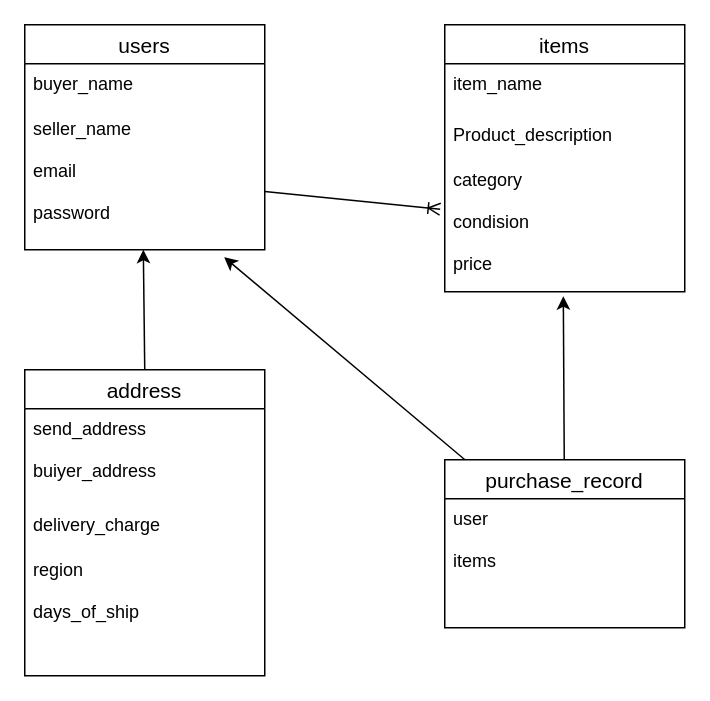
Above: DB.dio in Matsu1209/furima-39596 (draw.io), before the change. Source tidied: cells renumbered, new cells numbered last; positions are measured from the earlier drawing's top-left corner, leaving out a move shared by most shapes. Both pictures are drawn from the tidied source at 150%, with x=0, y=0 at pixel (24, 24).
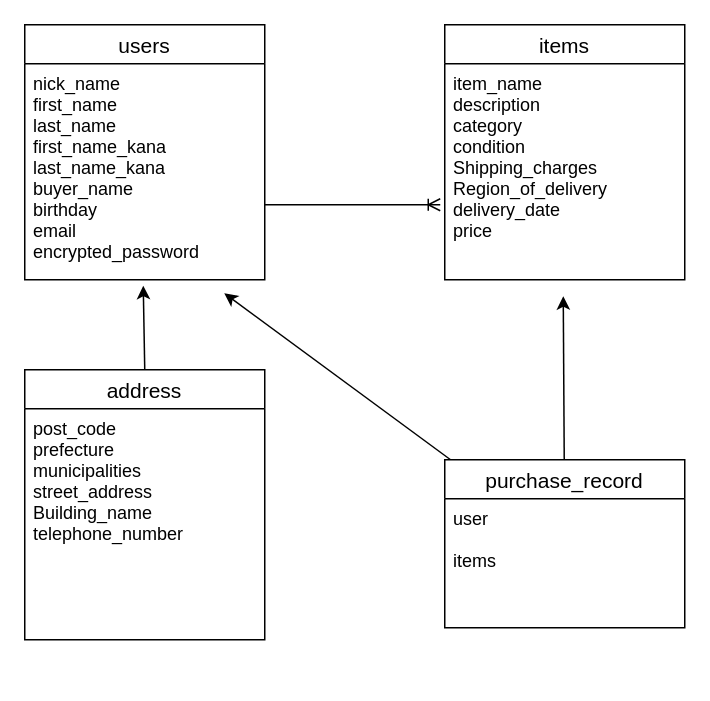
The same diagram, later.

The edit, as a diff of the source:
```diff
@@
 <mxGraphModel>
   <root>
     <mxCell id="0" />
     <mxCell id="1" parent="0" />
     <mxCell id="2" value="users" style="swimlane;fontStyle=0;horizontal=1;startSize=26;align=center;fontSize=14;" parent="1" vertex="1">
-      <mxGeometry width="160" height="150" as="geometry" />
+      <mxGeometry width="160" height="170" as="geometry" />
     </mxCell>
-    <mxCell id="3" value="buyer_name" style="text;strokeColor=none;fillColor=none;spacingLeft=4;spacingRight=4;overflow=hidden;points=[[0,0.5],[1,0.5]];portConstraint=eastwest;fontSize=12;" parent="2" vertex="1">
-      <mxGeometry y="26" width="160" height="30" as="geometry" />
+    <mxCell id="3" value="nick_name&#10;first_name&#10;last_name&#10;first_name_kana&#10;last_name_kana&#10;buyer_name&#10;birthday&#10;email&#10;encrypted_password" style="text;strokeColor=none;fillColor=none;spacingLeft=4;spacingRight=4;overflow=hidden;points=[[0,0.5],[1,0.5]];portConstraint=eastwest;fontSize=12;" parent="2" vertex="1">
+      <mxGeometry y="26" width="160" height="144" as="geometry" />
     </mxCell>
-    <mxCell id="4" value="seller_name&#10;&#10;email&#10;&#10;password" style="text;strokeColor=none;fillColor=none;spacingLeft=4;spacingRight=4;overflow=hidden;points=[[0,0.5],[1,0.5]];portConstraint=eastwest;fontSize=12;" parent="2" vertex="1">
-      <mxGeometry y="56" width="160" height="94" as="geometry" />
-    </mxCell>
     <mxCell id="5" value="items" style="swimlane;fontStyle=0;horizontal=1;startSize=26;align=center;fontSize=14;" parent="1" vertex="1">
-      <mxGeometry x="280" width="160" height="178" as="geometry" />
+      <mxGeometry x="280" width="160" height="170" as="geometry" />
     </mxCell>
-    <mxCell id="6" value="item_name" style="text;strokeColor=none;fillColor=none;spacingLeft=4;spacingRight=4;overflow=hidden;fontSize=12;" parent="5" vertex="1">
-      <mxGeometry y="26" width="160" height="34" as="geometry" />
+    <mxCell id="6" value="item_name&#10;description&#10;category&#10;condition&#10;Shipping_charges&#10;Region_of_delivery&#10;delivery_date&#10;price" style="text;strokeColor=none;fillColor=none;spacingLeft=4;spacingRight=4;overflow=hidden;fontSize=12;" parent="5" vertex="1">
+      <mxGeometry y="26" width="160" height="144" as="geometry" />
     </mxCell>
-    <mxCell id="7" value="Product_description" style="text;strokeColor=none;fillColor=none;spacingLeft=4;spacingRight=4;overflow=hidden;fontSize=12;" parent="5" vertex="1">
-      <mxGeometry y="60" width="160" height="30" as="geometry" />
-    </mxCell>
-    <mxCell id="8" value="category&#10;&#10;condision&#10;&#10;price" style="text;strokeColor=none;fillColor=none;spacingLeft=4;spacingRight=4;overflow=hidden;points=[[0,0.5],[1,0.5]];portConstraint=eastwest;fontSize=12;" parent="5" vertex="1">
-      <mxGeometry y="90" width="160" height="88" as="geometry" />
-    </mxCell>
-    <mxCell id="9" style="html=1;entryX=0.494;entryY=1;entryDx=0;entryDy=0;entryPerimeter=0;endArrow=classic;endFill=1;exitX=0.5;exitY=0;exitDx=0;exitDy=0;" parent="1" edge="1" source="10" target="4">
-      <mxGeometry relative="1" as="geometry" />
+    <mxCell id="9" style="html=1;entryX=0.494;entryY=1;entryDx=0;entryDy=0;entryPerimeter=0;endArrow=classic;endFill=1;exitX=0.5;exitY=0;exitDx=0;exitDy=0;" parent="1" edge="1" source="10">
+      <mxGeometry relative="1" as="geometry">
+        <mxPoint x="79" y="174" as="targetPoint" />
+      </mxGeometry>
     </mxCell>
     <mxCell id="10" value="address" style="swimlane;fontStyle=0;horizontal=1;startSize=26;align=center;fontSize=14;" parent="1" vertex="1">
-      <mxGeometry y="230" width="160" height="204" as="geometry" />
+      <mxGeometry y="230" width="160" height="180" as="geometry" />
     </mxCell>
-    <mxCell id="11" value="send_address&#10;&#10;buiyer_address" style="text;strokeColor=none;fillColor=none;spacingLeft=4;spacingRight=4;overflow=hidden;fontSize=12;" parent="10" vertex="1">
-      <mxGeometry y="26" width="160" height="64" as="geometry" />
-    </mxCell>
-    <mxCell id="12" value="delivery_charge" style="text;strokeColor=none;fillColor=none;spacingLeft=4;spacingRight=4;overflow=hidden;fontSize=12;" parent="10" vertex="1">
-      <mxGeometry y="90" width="160" height="30" as="geometry" />
+    <mxCell id="12" value="post_code&#10;prefecture&#10;municipalities&#10;street_address&#10;Building_name&#10;telephone_number" style="text;strokeColor=none;fillColor=none;spacingLeft=4;spacingRight=4;overflow=hidden;fontSize=12;" parent="10" vertex="1">
+      <mxGeometry y="26" width="160" height="154" as="geometry" />
     </mxCell>
-    <mxCell id="13" value="region&#10;&#10;days_of_ship" style="text;strokeColor=none;fillColor=none;spacingLeft=4;spacingRight=4;overflow=hidden;fontSize=12;" parent="10" vertex="1">
-      <mxGeometry y="120" width="160" height="84" as="geometry" />
-    </mxCell>
-    <mxCell id="14" style="edgeStyle=none;html=1;entryX=0.831;entryY=1.053;entryDx=0;entryDy=0;entryPerimeter=0;endArrow=classic;endFill=1;" parent="1" edge="1" source="16" target="4">
-      <mxGeometry relative="1" as="geometry" />
+    <mxCell id="14" style="edgeStyle=none;html=1;entryX=0.831;entryY=1.053;entryDx=0;entryDy=0;entryPerimeter=0;endArrow=classic;endFill=1;" parent="1" edge="1" source="16">
+      <mxGeometry relative="1" as="geometry">
+        <mxPoint x="133" y="179" as="targetPoint" />
+      </mxGeometry>
     </mxCell>
-    <mxCell id="15" style="edgeStyle=none;html=1;endArrow=classic;endFill=1;entryX=0.494;entryY=1.034;entryDx=0;entryDy=0;entryPerimeter=0;" parent="1" edge="1" source="16" target="8">
-      <mxGeometry relative="1" as="geometry" />
+    <mxCell id="15" style="edgeStyle=none;html=1;endArrow=classic;endFill=1;entryX=0.494;entryY=1.034;entryDx=0;entryDy=0;entryPerimeter=0;" parent="1" edge="1" source="16">
+      <mxGeometry relative="1" as="geometry">
+        <mxPoint x="359" y="181" as="targetPoint" />
+      </mxGeometry>
     </mxCell>
     <mxCell id="16" value="purchase_record" style="swimlane;fontStyle=0;horizontal=1;startSize=26;align=center;fontSize=14;" parent="1" vertex="1">
       <mxGeometry x="280" y="290" width="160" height="112" as="geometry" />
     </mxCell>
     <mxCell id="17" value="user&#10;&#10;items" style="text;strokeColor=none;fillColor=none;spacingLeft=4;spacingRight=4;overflow=hidden;fontSize=12;" parent="16" vertex="1">
       <mxGeometry y="26" width="160" height="86" as="geometry" />
     </mxCell>
-    <mxCell id="18" style="edgeStyle=none;html=1;entryX=-0.019;entryY=0.375;entryDx=0;entryDy=0;entryPerimeter=0;endArrow=ERoneToMany;endFill=0;" parent="1" edge="1" source="4" target="8">
-      <mxGeometry relative="1" as="geometry" />
+    <mxCell id="18" style="edgeStyle=none;html=1;endArrow=ERoneToMany;endFill=0;exitX=1;exitY=0.653;exitDx=0;exitDy=0;exitPerimeter=0;" parent="1" edge="1" source="3">
+      <mxGeometry relative="1" as="geometry">
+        <mxPoint x="277" y="120" as="targetPoint" />
+      </mxGeometry>
     </mxCell>
   </root>
 </mxGraphModel>
```
